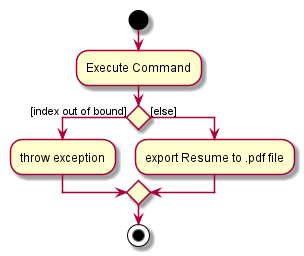
wardetu/main keeps this PlantUML diagram as docs/images/ExportActivityDiagram.png. Above is the earlier version.
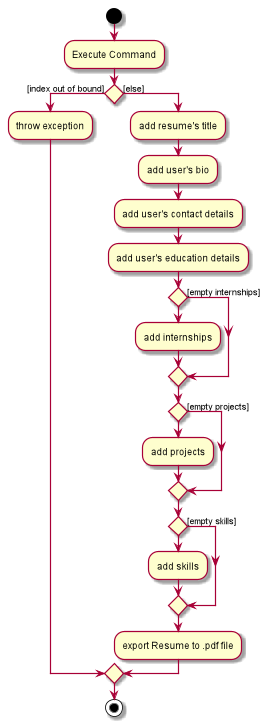
Later version of the same file.

What changed in the source:
```diff
@@ -5,6 +5,22 @@
 if () then ([index out of bound])
     :throw exception;
 else ([else])
+    :add resume's title;
+    :add user's bio;
+    :add user's contact details;
+    :add user's education details;
+    if ()
+        :add internships;
+    else ([empty internships])
+    endif
+    if ()
+        :add projects;
+    else ([empty projects])
+    endif
+    if ()
+        :add skills;
+    else ([empty skills])
+    endif
     :export Resume to .pdf file;
 
 endif
```
